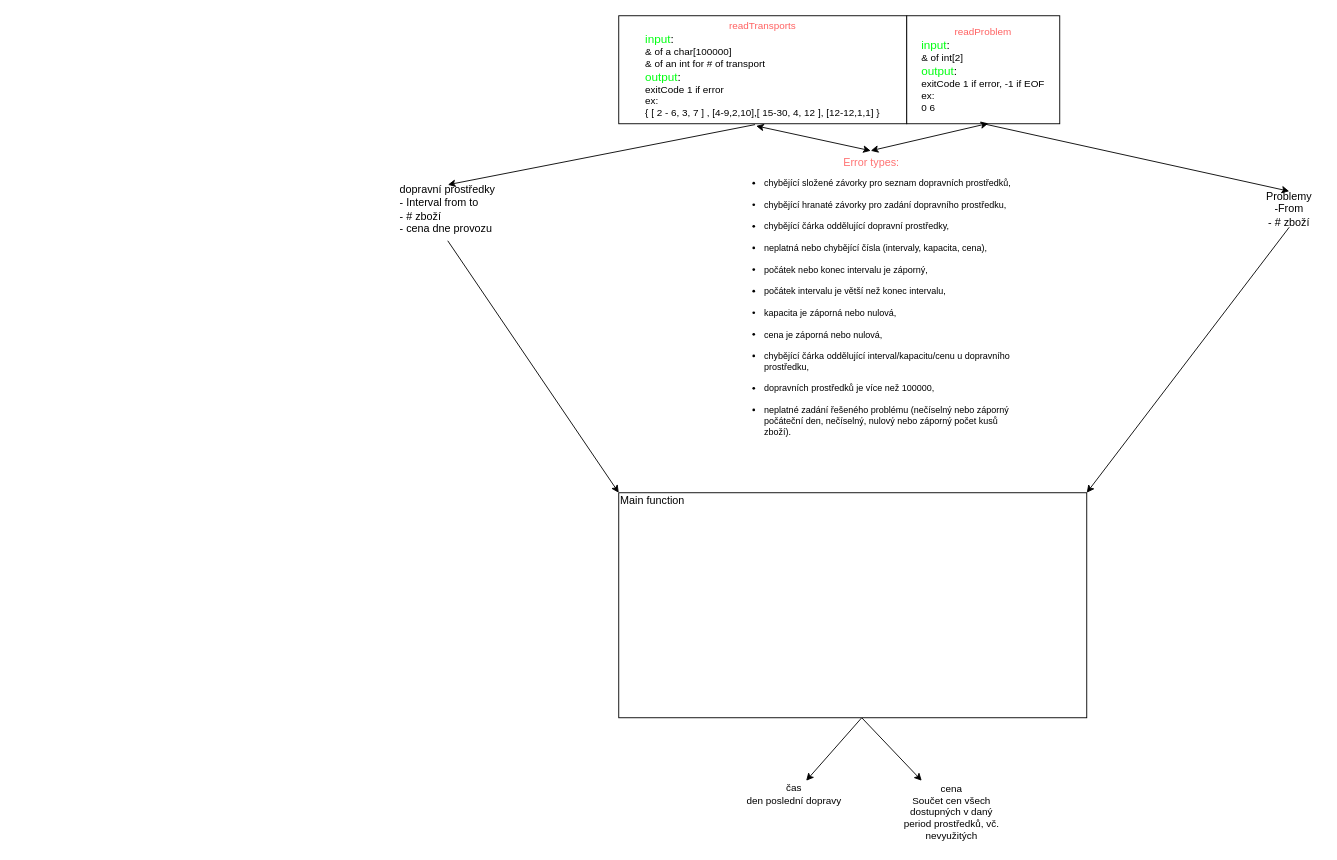
This is graphs/Діаграма без назви.drawio from Nepp3r/hws, a draw.io file, before an edit. Source tidied: cells renumbered, new cells numbered last; positions are measured from the earlier drawing's top-left corner, leaving out a move shared by most shapes. Both pictures are drawn from the tidied source at 90%, with x=0, y=0 at pixel (393, 15).
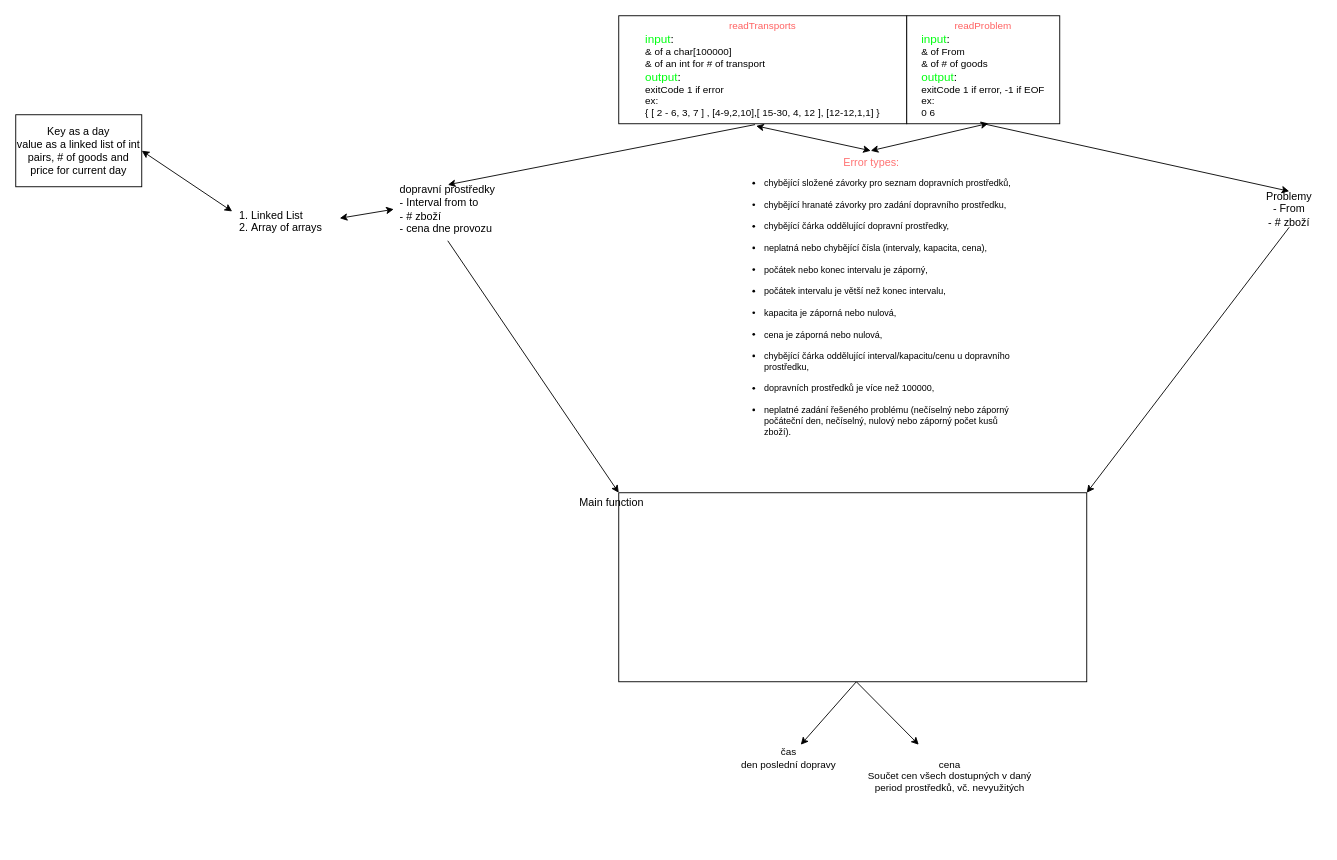
The same page after the edit.

Unchanged cells that the change refers to:
```xml
<mxCell id="6" value="dopravní prostředky&lt;br&gt;&lt;div align=&quot;left&quot;&gt;- Interval from to&lt;br&gt;- # zboží&lt;br&gt;&lt;/div&gt;&lt;div align=&quot;left&quot;&gt;- cena dne provozu&lt;/div&gt;" style="text;html=1;align=center;verticalAlign=middle;whiteSpace=wrap;rounded=0;" parent="1" vertex="1">
  <mxGeometry y="180" width="120" height="70" as="geometry" />
</mxCell>
<mxCell id="11" style="group;" parent="1" vertex="1">
  <mxGeometry x="570" width="170" height="120" as="geometry" />
</mxCell>
```

Change to the diagram source:
```diff
@@
     <mxCell id="2" value="&lt;div style=&quot;font-size: 11px;&quot;&gt;&lt;font style=&quot;font-size: 11px;&quot;&gt;čas&lt;/font&gt;&lt;/div&gt;&lt;div style=&quot;font-size: 11px;&quot;&gt;&lt;font style=&quot;font-size: 11px;&quot;&gt;den poslední dopravy&lt;br&gt;&lt;/font&gt;&lt;/div&gt;" style="text;html=1;align=center;verticalAlign=middle;whiteSpace=wrap;rounded=0;" parent="1" vertex="1">
-      <mxGeometry x="380" y="850" width="130" height="30" as="geometry" />
+      <mxGeometry x="374" y="810" width="130" height="30" as="geometry" />
     </mxCell>
     <mxCell id="3" value="&lt;div style=&quot;font-size: 11px;&quot;&gt;&lt;font style=&quot;font-size: 11px;&quot;&gt;cena&lt;/font&gt;&lt;/div&gt;&lt;div style=&quot;font-size: 11px;&quot;&gt;&lt;font style=&quot;font-size: 11px;&quot;&gt;Součet cen všech dostupných v daný period prostředků, vč. nevyužitých&lt;br&gt;&lt;/font&gt;&lt;/div&gt;" style="text;html=1;align=center;verticalAlign=middle;whiteSpace=wrap;rounded=0;" parent="1" vertex="1">
-      <mxGeometry x="560" y="850" width="120" height="70" as="geometry" />
+      <mxGeometry x="510" y="810" width="216" height="70" as="geometry" />
     </mxCell>
     <mxCell id="4" style="endArrow=classic;html=1;rounded=0;" parent="1" edge="1" target="3">
       <mxGeometry relative="1" as="geometry">
-        <mxPoint x="520" y="780" as="sourcePoint" />
+        <mxPoint x="514" y="740" as="sourcePoint" />
       </mxGeometry>
     </mxCell>
     <mxCell id="5" style="endArrow=classic;html=1;rounded=0;" parent="1" edge="1" target="2">
       <mxGeometry relative="1" as="geometry">
-        <mxPoint x="520" y="780" as="sourcePoint" />
+        <mxPoint x="514" y="740" as="sourcePoint" />
       </mxGeometry>
     </mxCell>
@@
-    <mxCell id="13" value="&lt;div style=&quot;font-size: 11px;&quot;&gt;&lt;font color=&quot;#ff6161&quot; style=&quot;font-size: 11px;&quot;&gt;readProblem&lt;/font&gt;&lt;/div&gt;&lt;div style=&quot;font-size: 13px;&quot; align=&quot;left&quot;&gt;&lt;font style=&quot;font-size: 13px;&quot;&gt;&lt;font color=&quot;#00ff11&quot;&gt;input&lt;/font&gt;:&lt;/font&gt;&lt;/div&gt;&lt;div style=&quot;font-size: 11px;&quot; align=&quot;left&quot;&gt;&lt;font style=&quot;font-size: 11px;&quot;&gt;&amp;amp; of int[2]&lt;br&gt;&lt;/font&gt;&lt;/div&gt;&lt;div style=&quot;font-size: 13px;&quot; align=&quot;left&quot;&gt;&lt;font style=&quot;font-size: 13px;&quot;&gt;&lt;font color=&quot;#00ff11&quot;&gt;output&lt;/font&gt;:&lt;/font&gt;&lt;/div&gt;&lt;div style=&quot;font-size: 11px;&quot; align=&quot;left&quot;&gt;&lt;font style=&quot;font-size: 11px;&quot;&gt;exitCode 1 if error, -1 if EOF&lt;br&gt;&lt;/font&gt;&lt;/div&gt;&lt;div style=&quot;font-size: 11px;&quot; align=&quot;left&quot;&gt;&lt;font style=&quot;font-size: 11px;&quot;&gt;ex: &lt;br&gt;&lt;/font&gt;0 6&lt;/div&gt;" style="text;html=1;align=center;verticalAlign=middle;whiteSpace=wrap;rounded=0;" parent="11" vertex="1">
+    <mxCell id="13" value="&lt;div style=&quot;font-size: 11px;&quot;&gt;&lt;font color=&quot;#ff6161&quot; style=&quot;font-size: 11px;&quot;&gt;readProblem&lt;/font&gt;&lt;/div&gt;&lt;div style=&quot;font-size: 13px;&quot; align=&quot;left&quot;&gt;&lt;font style=&quot;font-size: 13px;&quot;&gt;&lt;font color=&quot;#00ff11&quot;&gt;input&lt;/font&gt;:&lt;/font&gt;&lt;/div&gt;&lt;div style=&quot;font-size: 11px;&quot; align=&quot;left&quot;&gt;&lt;font style=&quot;font-size: 11px;&quot;&gt;&amp;amp; of From&lt;/font&gt;&lt;/div&gt;&lt;div style=&quot;font-size: 11px;&quot; align=&quot;left&quot;&gt;&lt;font style=&quot;font-size: 11px;&quot;&gt;&amp;amp; of # of goods&lt;br&gt;&lt;/font&gt;&lt;/div&gt;&lt;div style=&quot;font-size: 13px;&quot; align=&quot;left&quot;&gt;&lt;font style=&quot;font-size: 13px;&quot;&gt;&lt;font color=&quot;#00ff11&quot;&gt;output&lt;/font&gt;:&lt;/font&gt;&lt;/div&gt;&lt;div style=&quot;font-size: 11px;&quot; align=&quot;left&quot;&gt;&lt;font style=&quot;font-size: 11px;&quot;&gt;exitCode 1 if error, -1 if EOF&lt;br&gt;&lt;/font&gt;&lt;/div&gt;&lt;div style=&quot;font-size: 11px;&quot; align=&quot;left&quot;&gt;&lt;font style=&quot;font-size: 11px;&quot;&gt;ex: &lt;br&gt;&lt;/font&gt;0 6&lt;/div&gt;" style="text;html=1;align=center;verticalAlign=middle;whiteSpace=wrap;rounded=0;" parent="11" vertex="1">
       <mxGeometry x="10" y="7.5" width="150" height="105" as="geometry" />
     </mxCell>
@@
-    <mxCell id="15" style="endArrow=classic;html=1;rounded=0;exitX=0.5;exitY=1;exitDx=0;exitDy=0;entryX=0;entryY=0;entryDx=0;entryDy=0;" parent="1" edge="1" source="6" target="21">
-      <mxGeometry relative="1" as="geometry" />
+    <mxCell id="15" style="endArrow=classic;html=1;rounded=0;exitX=0.5;exitY=1;exitDx=0;exitDy=0;entryX=0;entryY=0;entryDx=0;entryDy=0;" parent="1" edge="1" source="6">
+      <mxGeometry relative="1" as="geometry">
+        <mxPoint x="250" y="530" as="targetPoint" />
+      </mxGeometry>
     </mxCell>
@@
-    <mxCell id="17" value="Problemy&lt;br&gt;&lt;div&gt;-From&lt;/div&gt;&lt;div&gt;- # zboží&lt;br&gt;&lt;/div&gt;" style="text;html=1;align=center;verticalAlign=middle;whiteSpace=wrap;rounded=0;" parent="1" vertex="1">
+    <mxCell id="17" value="Problemy&lt;br&gt;&lt;div&gt;- From&lt;/div&gt;&lt;div&gt;- # zboží&lt;br&gt;&lt;/div&gt;" style="text;html=1;align=center;verticalAlign=middle;whiteSpace=wrap;rounded=0;" parent="1" vertex="1">
       <mxGeometry x="960" y="195" width="70" height="40" as="geometry" />
     </mxCell>
-    <mxCell id="18" style="endArrow=classic;html=1;rounded=0;exitX=0.5;exitY=1;exitDx=0;exitDy=0;entryX=1;entryY=0;entryDx=0;entryDy=0;" parent="1" edge="1" source="17" target="21">
-      <mxGeometry relative="1" as="geometry" />
+    <mxCell id="18" style="endArrow=classic;html=1;rounded=0;exitX=0.5;exitY=1;exitDx=0;exitDy=0;entryX=1;entryY=0;entryDx=0;entryDy=0;" parent="1" edge="1" source="17">
+      <mxGeometry relative="1" as="geometry">
+        <mxPoint x="770" y="530" as="targetPoint" />
+      </mxGeometry>
     </mxCell>
-    <mxCell id="19" style="group;" parent="1" vertex="1">
-      <mxGeometry x="250" y="530" width="520" height="250" as="geometry" />
-    </mxCell>
-    <mxCell id="20" value="&lt;div align=&quot;left&quot;&gt;&lt;br&gt;&lt;/div&gt;" style="rounded=0;whiteSpace=wrap;html=1;align=left;" parent="19" vertex="1">
-      <mxGeometry width="520" height="250" as="geometry" />
-    </mxCell>
-    <mxCell id="21" value="&lt;p style=&quot;line-height: 120%;&quot;&gt;&lt;/p&gt;&lt;div style=&quot;padding-top: 0px; margin-top: 0px; margin-bottom: 240px;&quot; align=&quot;left&quot;&gt;Main function&lt;br&gt;&lt;/div&gt;&lt;p&gt;&lt;/p&gt;" style="text;html=1;align=left;verticalAlign=middle;whiteSpace=wrap;rounded=0;" parent="19" vertex="1">
-      <mxGeometry width="520" height="245" as="geometry" />
-    </mxCell>
@@
+    <mxCell id="24" style="rounded=0;whiteSpace=wrap;html=1;imageVerticalAlign=top;imageHorizontalAlign=left;imageAspect=1;align=right;labelPosition=left;verticalLabelPosition=top;verticalAlign=bottom;" parent="1" vertex="1">
+      <mxGeometry x="250" y="530" width="520" height="210" as="geometry" />
+    </mxCell>
+    <mxCell id="21" value="&lt;div&gt;Main function&lt;br&gt;&lt;/div&gt;" style="text;html=1;align=right;verticalAlign=bottom;whiteSpace=wrap;rounded=0;labelPosition=left;verticalLabelPosition=top;" parent="1" vertex="1">
+      <mxGeometry x="280" y="550" width="470" height="170" as="geometry" />
+    </mxCell>
+    <mxCell id="25" value="&lt;div align=&quot;left&quot;&gt;&lt;ol style=&quot;padding-left: 20px;&quot;&gt;&lt;li&gt;Linked List&lt;br&gt;&lt;/li&gt;&lt;li&gt;Array of arrays&lt;br&gt;&lt;/li&gt;&lt;/ol&gt;&lt;/div&gt;" style="text;strokeColor=none;fillColor=none;html=1;whiteSpace=wrap;verticalAlign=middle;overflow=hidden;align=left;" parent="1" vertex="1">
+      <mxGeometry x="-180" y="200" width="120" height="50" as="geometry" />
+    </mxCell>
+    <mxCell id="26" value="Key as a day&lt;br&gt;value as a linked list of int pairs, # of goods and price for current day" style="rounded=0;whiteSpace=wrap;html=1;" parent="1" vertex="1">
+      <mxGeometry x="-420" y="110" width="140" height="80" as="geometry" />
+    </mxCell>
+    <mxCell id="27" style="endArrow=classic;startArrow=classic;html=1;rounded=0;exitX=1;exitY=0.5;exitDx=0;exitDy=0;entryX=0.004;entryY=0.348;entryDx=0;entryDy=0;entryPerimeter=0;" parent="1" edge="1" source="26" target="25">
+      <mxGeometry relative="1" as="geometry" />
+    </mxCell>
+    <mxCell id="28" style="endArrow=classic;startArrow=classic;html=1;rounded=0;exitX=1;exitY=0.5;exitDx=0;exitDy=0;entryX=0;entryY=0.5;entryDx=0;entryDy=0;" parent="1" edge="1" source="25" target="6">
+      <mxGeometry relative="1" as="geometry" />
+    </mxCell>
```
